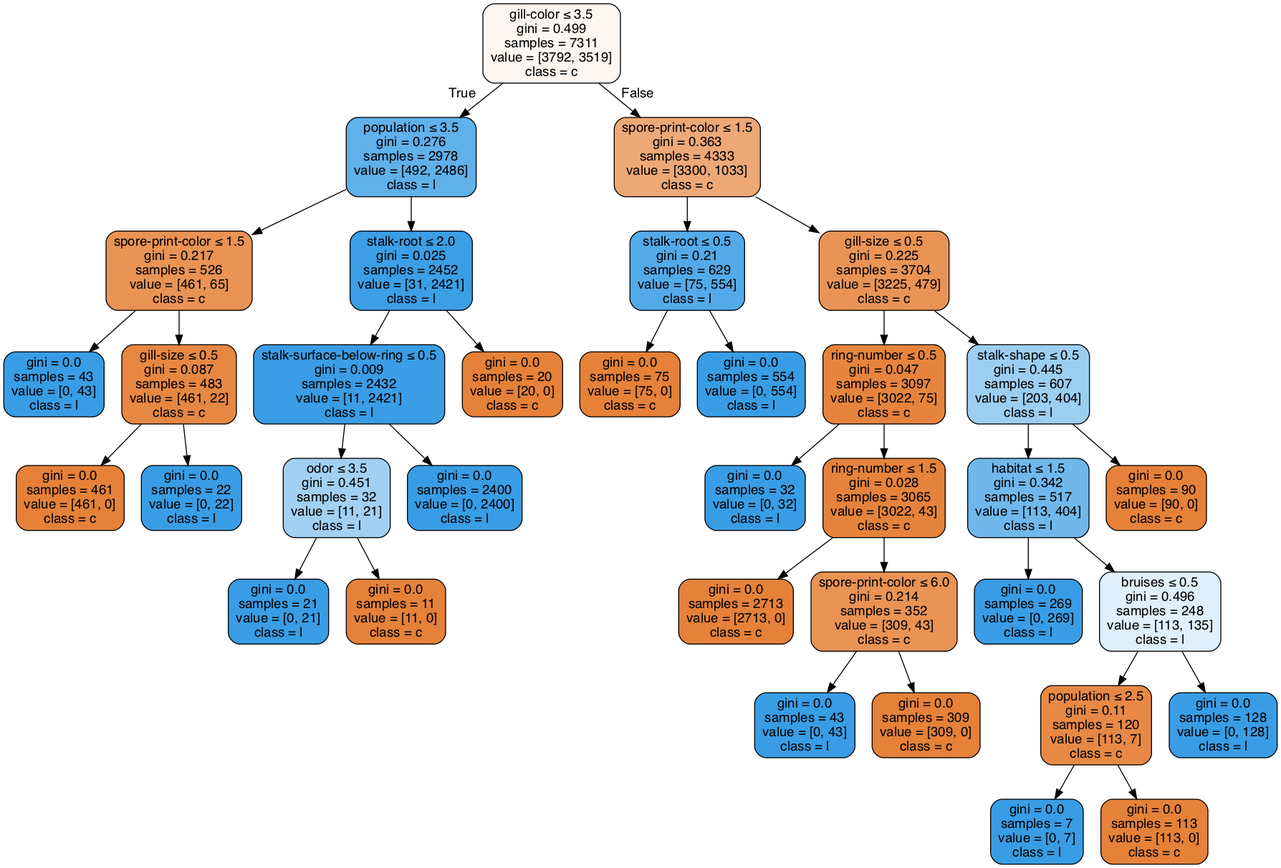
Above: Lab02/clf-90-10.gv.png in anhle199/Intro2AI-HCMUS (Graphviz), before the change. Its source is kept beside it as Lab02/clf-90-10.gv.
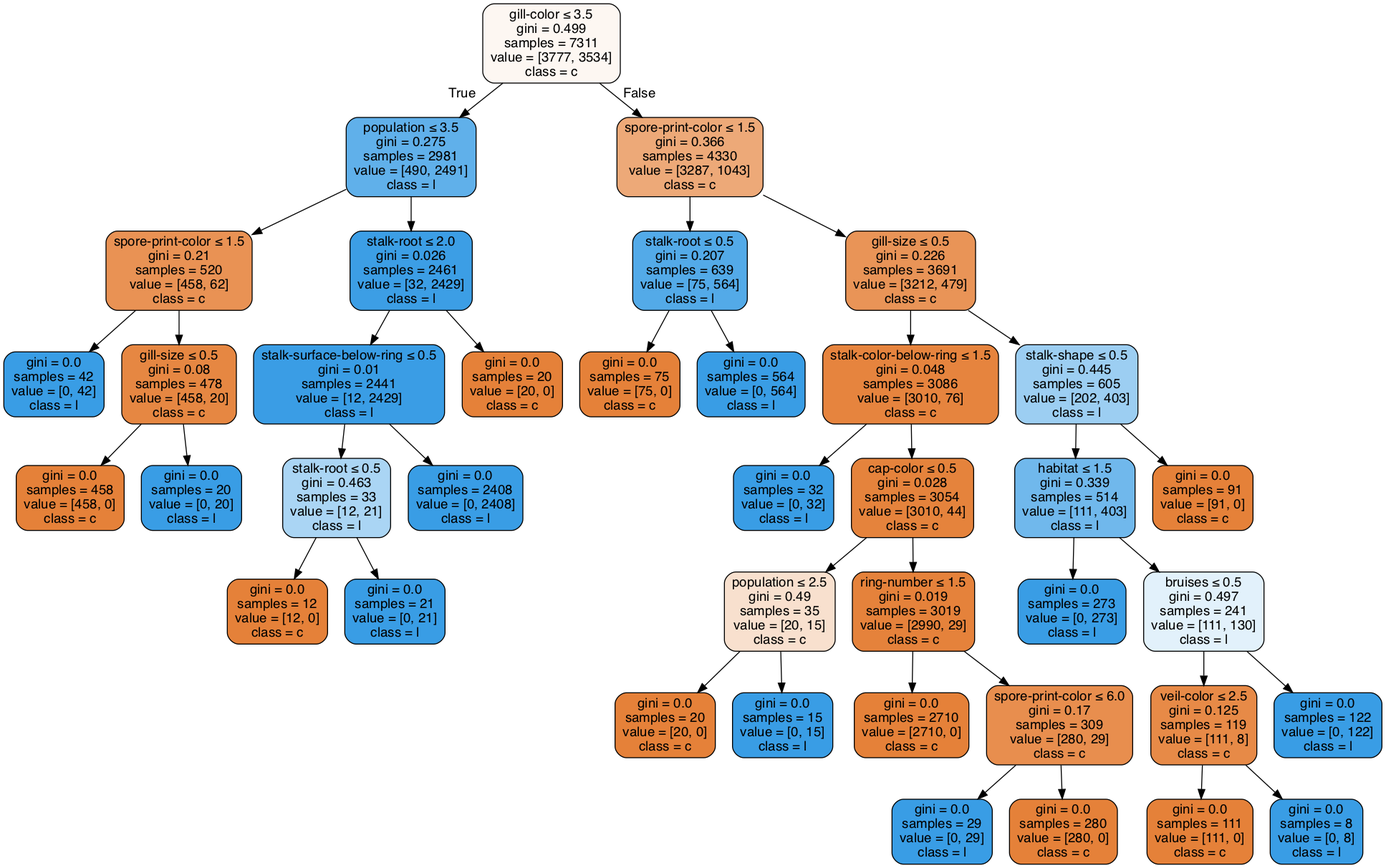
The same file after the commit.

Diff of the diagram source:
```diff
@@ -1,73 +1,81 @@
 digraph Tree {
 node [shape=box, style="filled, rounded", color="black", fontname=helvetica] ;
 edge [fontname=helvetica] ;
-0 [label=<gill-color &le; 3.5<br/>gini = 0.499<br/>samples = 7311<br/>value = [3792, 3519]<br/>class = c>, fillcolor="#fdf6f1"] ;
-1 [label=<population &le; 3.5<br/>gini = 0.276<br/>samples = 2978<br/>value = [492, 2486]<br/>class = l>, fillcolor="#60b0ea"] ;
+0 [label=<gill-color &le; 3.5<br/>gini = 0.499<br/>samples = 7311<br/>value = [3777, 3534]<br/>class = c>, fillcolor="#fdf7f2"] ;
+1 [label=<population &le; 3.5<br/>gini = 0.275<br/>samples = 2981<br/>value = [490, 2491]<br/>class = l>, fillcolor="#60b0ea"] ;
 0 -> 1 [labeldistance=2.5, labelangle=45, headlabel="True"] ;
-2 [label=<spore-print-color &le; 1.5<br/>gini = 0.217<br/>samples = 526<br/>value = [461, 65]<br/>class = c>, fillcolor="#e99355"] ;
+2 [label=<spore-print-color &le; 1.5<br/>gini = 0.21<br/>samples = 520<br/>value = [458, 62]<br/>class = c>, fillcolor="#e99254"] ;
 1 -> 2 ;
-3 [label=<gini = 0.0<br/>samples = 43<br/>value = [0, 43]<br/>class = l>, fillcolor="#399de5"] ;
+3 [label=<gini = 0.0<br/>samples = 42<br/>value = [0, 42]<br/>class = l>, fillcolor="#399de5"] ;
 2 -> 3 ;
-4 [label=<gill-size &le; 0.5<br/>gini = 0.087<br/>samples = 483<br/>value = [461, 22]<br/>class = c>, fillcolor="#e68742"] ;
+4 [label=<gill-size &le; 0.5<br/>gini = 0.08<br/>samples = 478<br/>value = [458, 20]<br/>class = c>, fillcolor="#e68742"] ;
 2 -> 4 ;
-5 [label=<gini = 0.0<br/>samples = 461<br/>value = [461, 0]<br/>class = c>, fillcolor="#e58139"] ;
+5 [label=<gini = 0.0<br/>samples = 458<br/>value = [458, 0]<br/>class = c>, fillcolor="#e58139"] ;
 4 -> 5 ;
-6 [label=<gini = 0.0<br/>samples = 22<br/>value = [0, 22]<br/>class = l>, fillcolor="#399de5"] ;
+6 [label=<gini = 0.0<br/>samples = 20<br/>value = [0, 20]<br/>class = l>, fillcolor="#399de5"] ;
 4 -> 6 ;
-7 [label=<stalk-root &le; 2.0<br/>gini = 0.025<br/>samples = 2452<br/>value = [31, 2421]<br/>class = l>, fillcolor="#3c9ee5"] ;
+7 [label=<stalk-root &le; 2.0<br/>gini = 0.026<br/>samples = 2461<br/>value = [32, 2429]<br/>class = l>, fillcolor="#3c9ee5"] ;
 1 -> 7 ;
-8 [label=<stalk-surface-below-ring &le; 0.5<br/>gini = 0.009<br/>samples = 2432<br/>value = [11, 2421]<br/>class = l>, fillcolor="#3a9de5"] ;
+8 [label=<stalk-surface-below-ring &le; 0.5<br/>gini = 0.01<br/>samples = 2441<br/>value = [12, 2429]<br/>class = l>, fillcolor="#3a9de5"] ;
 7 -> 8 ;
-9 [label=<odor &le; 3.5<br/>gini = 0.451<br/>samples = 32<br/>value = [11, 21]<br/>class = l>, fillcolor="#a1d0f3"] ;
+9 [label=<stalk-root &le; 0.5<br/>gini = 0.463<br/>samples = 33<br/>value = [12, 21]<br/>class = l>, fillcolor="#aad5f4"] ;
 8 -> 9 ;
-10 [label=<gini = 0.0<br/>samples = 21<br/>value = [0, 21]<br/>class = l>, fillcolor="#399de5"] ;
+10 [label=<gini = 0.0<br/>samples = 12<br/>value = [12, 0]<br/>class = c>, fillcolor="#e58139"] ;
 9 -> 10 ;
-11 [label=<gini = 0.0<br/>samples = 11<br/>value = [11, 0]<br/>class = c>, fillcolor="#e58139"] ;
+11 [label=<gini = 0.0<br/>samples = 21<br/>value = [0, 21]<br/>class = l>, fillcolor="#399de5"] ;
 9 -> 11 ;
-12 [label=<gini = 0.0<br/>samples = 2400<br/>value = [0, 2400]<br/>class = l>, fillcolor="#399de5"] ;
+12 [label=<gini = 0.0<br/>samples = 2408<br/>value = [0, 2408]<br/>class = l>, fillcolor="#399de5"] ;
 8 -> 12 ;
 13 [label=<gini = 0.0<br/>samples = 20<br/>value = [20, 0]<br/>class = c>, fillcolor="#e58139"] ;
 7 -> 13 ;
-14 [label=<spore-print-color &le; 1.5<br/>gini = 0.363<br/>samples = 4333<br/>value = [3300, 1033]<br/>class = c>, fillcolor="#eda877"] ;
+14 [label=<spore-print-color &le; 1.5<br/>gini = 0.366<br/>samples = 4330<br/>value = [3287, 1043]<br/>class = c>, fillcolor="#eda978"] ;
 0 -> 14 [labeldistance=2.5, labelangle=-45, headlabel="False"] ;
-15 [label=<stalk-root &le; 0.5<br/>gini = 0.21<br/>samples = 629<br/>value = [75, 554]<br/>class = l>, fillcolor="#54aae9"] ;
+15 [label=<stalk-root &le; 0.5<br/>gini = 0.207<br/>samples = 639<br/>value = [75, 564]<br/>class = l>, fillcolor="#53aae8"] ;
 14 -> 15 ;
 16 [label=<gini = 0.0<br/>samples = 75<br/>value = [75, 0]<br/>class = c>, fillcolor="#e58139"] ;
 15 -> 16 ;
-17 [label=<gini = 0.0<br/>samples = 554<br/>value = [0, 554]<br/>class = l>, fillcolor="#399de5"] ;
+17 [label=<gini = 0.0<br/>samples = 564<br/>value = [0, 564]<br/>class = l>, fillcolor="#399de5"] ;
 15 -> 17 ;
-18 [label=<gill-size &le; 0.5<br/>gini = 0.225<br/>samples = 3704<br/>value = [3225, 479]<br/>class = c>, fillcolor="#e99456"] ;
+18 [label=<gill-size &le; 0.5<br/>gini = 0.226<br/>samples = 3691<br/>value = [3212, 479]<br/>class = c>, fillcolor="#e99457"] ;
 14 -> 18 ;
-19 [label=<ring-number &le; 0.5<br/>gini = 0.047<br/>samples = 3097<br/>value = [3022, 75]<br/>class = c>, fillcolor="#e6843e"] ;
+19 [label=<stalk-color-below-ring &le; 1.5<br/>gini = 0.048<br/>samples = 3086<br/>value = [3010, 76]<br/>class = c>, fillcolor="#e6843e"] ;
 18 -> 19 ;
 20 [label=<gini = 0.0<br/>samples = 32<br/>value = [0, 32]<br/>class = l>, fillcolor="#399de5"] ;
 19 -> 20 ;
-21 [label=<ring-number &le; 1.5<br/>gini = 0.028<br/>samples = 3065<br/>value = [3022, 43]<br/>class = c>, fillcolor="#e5833c"] ;
+21 [label=<cap-color &le; 0.5<br/>gini = 0.028<br/>samples = 3054<br/>value = [3010, 44]<br/>class = c>, fillcolor="#e5833c"] ;
 19 -> 21 ;
-22 [label=<gini = 0.0<br/>samples = 2713<br/>value = [2713, 0]<br/>class = c>, fillcolor="#e58139"] ;
+22 [label=<population &le; 2.5<br/>gini = 0.49<br/>samples = 35<br/>value = [20, 15]<br/>class = c>, fillcolor="#f8e0ce"] ;
 21 -> 22 ;
-23 [label=<spore-print-color &le; 6.0<br/>gini = 0.214<br/>samples = 352<br/>value = [309, 43]<br/>class = c>, fillcolor="#e99355"] ;
-21 -> 23 ;
-24 [label=<gini = 0.0<br/>samples = 43<br/>value = [0, 43]<br/>class = l>, fillcolor="#399de5"] ;
-23 -> 24 ;
-25 [label=<gini = 0.0<br/>samples = 309<br/>value = [309, 0]<br/>class = c>, fillcolor="#e58139"] ;
-23 -> 25 ;
-26 [label=<stalk-shape &le; 0.5<br/>gini = 0.445<br/>samples = 607<br/>value = [203, 404]<br/>class = l>, fillcolor="#9ccef2"] ;
-18 -> 26 ;
-27 [label=<habitat &le; 1.5<br/>gini = 0.342<br/>samples = 517<br/>value = [113, 404]<br/>class = l>, fillcolor="#70b8ec"] ;
-26 -> 27 ;
-28 [label=<gini = 0.0<br/>samples = 269<br/>value = [0, 269]<br/>class = l>, fillcolor="#399de5"] ;
+23 [label=<gini = 0.0<br/>samples = 20<br/>value = [20, 0]<br/>class = c>, fillcolor="#e58139"] ;
+22 -> 23 ;
+24 [label=<gini = 0.0<br/>samples = 15<br/>value = [0, 15]<br/>class = l>, fillcolor="#399de5"] ;
+22 -> 24 ;
+25 [label=<ring-number &le; 1.5<br/>gini = 0.019<br/>samples = 3019<br/>value = [2990, 29]<br/>class = c>, fillcolor="#e5823b"] ;
+21 -> 25 ;
+26 [label=<gini = 0.0<br/>samples = 2710<br/>value = [2710, 0]<br/>class = c>, fillcolor="#e58139"] ;
+25 -> 26 ;
+27 [label=<spore-print-color &le; 6.0<br/>gini = 0.17<br/>samples = 309<br/>value = [280, 29]<br/>class = c>, fillcolor="#e88e4e"] ;
+25 -> 27 ;
+28 [label=<gini = 0.0<br/>samples = 29<br/>value = [0, 29]<br/>class = l>, fillcolor="#399de5"] ;
 27 -> 28 ;
-29 [label=<bruises &le; 0.5<br/>gini = 0.496<br/>samples = 248<br/>value = [113, 135]<br/>class = l>, fillcolor="#dfeffb"] ;
+29 [label=<gini = 0.0<br/>samples = 280<br/>value = [280, 0]<br/>class = c>, fillcolor="#e58139"] ;
 27 -> 29 ;
-30 [label=<population &le; 2.5<br/>gini = 0.11<br/>samples = 120<br/>value = [113, 7]<br/>class = c>, fillcolor="#e78945"] ;
-29 -> 30 ;
-31 [label=<gini = 0.0<br/>samples = 7<br/>value = [0, 7]<br/>class = l>, fillcolor="#399de5"] ;
+30 [label=<stalk-shape &le; 0.5<br/>gini = 0.445<br/>samples = 605<br/>value = [202, 403]<br/>class = l>, fillcolor="#9ccef2"] ;
+18 -> 30 ;
+31 [label=<habitat &le; 1.5<br/>gini = 0.339<br/>samples = 514<br/>value = [111, 403]<br/>class = l>, fillcolor="#70b8ec"] ;
 30 -> 31 ;
-32 [label=<gini = 0.0<br/>samples = 113<br/>value = [113, 0]<br/>class = c>, fillcolor="#e58139"] ;
-30 -> 32 ;
-33 [label=<gini = 0.0<br/>samples = 128<br/>value = [0, 128]<br/>class = l>, fillcolor="#399de5"] ;
-29 -> 33 ;
-34 [label=<gini = 0.0<br/>samples = 90<br/>value = [90, 0]<br/>class = c>, fillcolor="#e58139"] ;
-26 -> 34 ;
+32 [label=<gini = 0.0<br/>samples = 273<br/>value = [0, 273]<br/>class = l>, fillcolor="#399de5"] ;
+31 -> 32 ;
+33 [label=<bruises &le; 0.5<br/>gini = 0.497<br/>samples = 241<br/>value = [111, 130]<br/>class = l>, fillcolor="#e2f1fb"] ;
+31 -> 33 ;
+34 [label=<veil-color &le; 2.5<br/>gini = 0.125<br/>samples = 119<br/>value = [111, 8]<br/>class = c>, fillcolor="#e78a47"] ;
+33 -> 34 ;
+35 [label=<gini = 0.0<br/>samples = 111<br/>value = [111, 0]<br/>class = c>, fillcolor="#e58139"] ;
+34 -> 35 ;
+36 [label=<gini = 0.0<br/>samples = 8<br/>value = [0, 8]<br/>class = l>, fillcolor="#399de5"] ;
+34 -> 36 ;
+37 [label=<gini = 0.0<br/>samples = 122<br/>value = [0, 122]<br/>class = l>, fillcolor="#399de5"] ;
+33 -> 37 ;
+38 [label=<gini = 0.0<br/>samples = 91<br/>value = [91, 0]<br/>class = c>, fillcolor="#e58139"] ;
+30 -> 38 ;
 }
```
